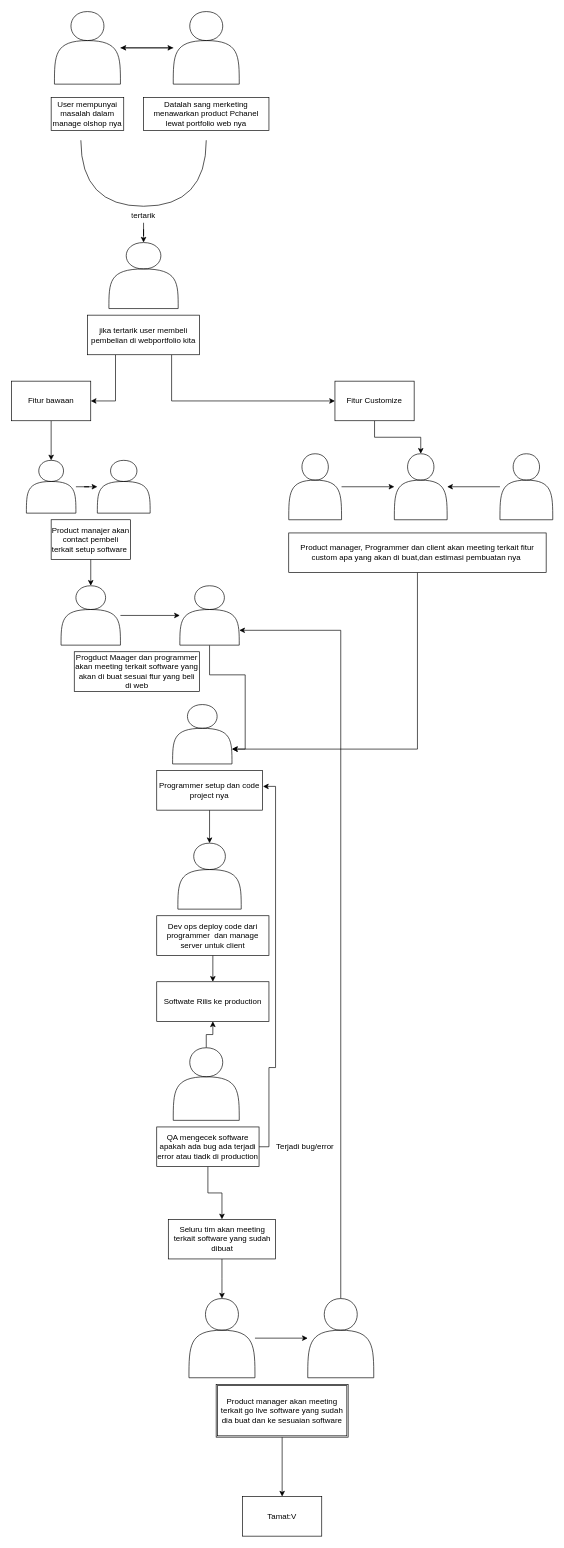
The draw.io diagram Untitled Diagram.drawio in PramAhmad/front-end-lks, before the edit. Source tidied: cells renumbered, new cells numbered last; positions are measured from the earlier drawing's top-left corner, leaving out a move shared by most shapes. Both pictures are drawn from the tidied source at 66%, with x=0, y=0 at pixel (11, 11).
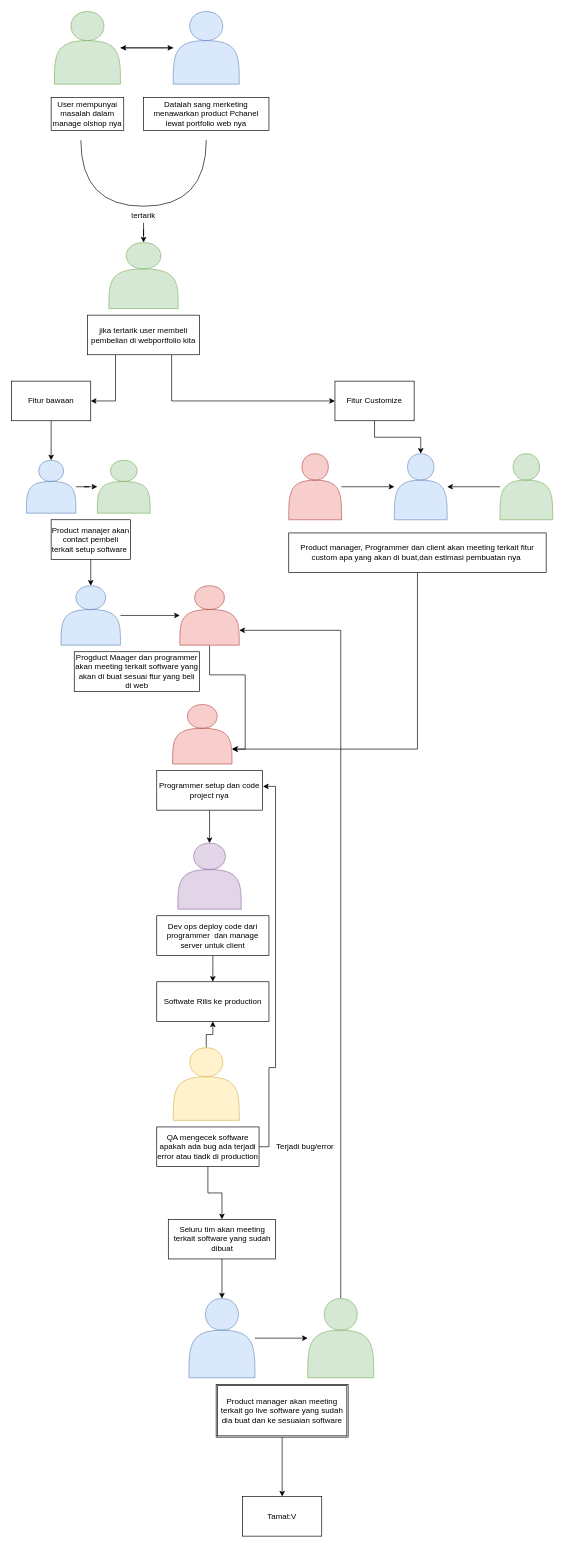
The same page after the edit.

Diff of the diagram source:
```diff
@@
-    <mxCell id="3" style="shape=actor;whiteSpace=wrap;html=1;" parent="1" vertex="1">
+    <mxCell id="3" style="shape=actor;whiteSpace=wrap;html=1;fillColor=#d5e8d4;strokeColor=#82b366;" parent="1" vertex="1">
       <mxGeometry x="65" width="100" height="110" as="geometry" />
     </mxCell>
@@
-    <mxCell id="6" style="shape=actor;whiteSpace=wrap;html=1;" parent="1" vertex="1">
+    <mxCell id="6" style="shape=actor;whiteSpace=wrap;html=1;fillColor=#dae8fc;strokeColor=#6c8ebf;" parent="1" vertex="1">
       <mxGeometry x="245" width="100" height="110" as="geometry" />
     </mxCell>
@@
-    <mxCell id="11" style="shape=actor;whiteSpace=wrap;html=1;" parent="1" vertex="1">
+    <mxCell id="11" style="shape=actor;whiteSpace=wrap;html=1;fillColor=#d5e8d4;strokeColor=#82b366;" parent="1" vertex="1">
       <mxGeometry x="147.5" y="350" width="105" height="100" as="geometry" />
     </mxCell>
@@
-    <mxCell id="20" style="shape=actor;whiteSpace=wrap;html=1;" parent="1" vertex="1">
+    <mxCell id="20" style="shape=actor;whiteSpace=wrap;html=1;fillColor=#dae8fc;strokeColor=#6c8ebf;" parent="1" vertex="1">
       <mxGeometry x="22.5" y="680" width="75" height="80" as="geometry" />
     </mxCell>
@@
-    <mxCell id="23" style="shape=actor;whiteSpace=wrap;html=1;" parent="1" vertex="1">
+    <mxCell id="23" style="shape=actor;whiteSpace=wrap;html=1;fillColor=#d5e8d4;strokeColor=#82b366;" parent="1" vertex="1">
       <mxGeometry x="130" y="680" width="80" height="80" as="geometry" />
     </mxCell>
@@
-    <mxCell id="25" style="shape=actor;whiteSpace=wrap;html=1;" parent="1" vertex="1">
+    <mxCell id="25" style="shape=actor;whiteSpace=wrap;html=1;fillColor=#dae8fc;strokeColor=#6c8ebf;" parent="1" vertex="1">
       <mxGeometry x="75" y="870" width="90" height="90" as="geometry" />
     </mxCell>
@@
-    <mxCell id="28" style="shape=actor;whiteSpace=wrap;html=1;" parent="1" vertex="1">
+    <mxCell id="28" style="shape=actor;whiteSpace=wrap;html=1;fillColor=#f8cecc;strokeColor=#b85450;" parent="1" vertex="1">
       <mxGeometry x="255" y="870" width="90" height="90" as="geometry" />
     </mxCell>
@@
-    <mxCell id="30" style="shape=actor;whiteSpace=wrap;html=1;" parent="1" vertex="1">
+    <mxCell id="30" style="shape=actor;whiteSpace=wrap;html=1;fillColor=#f8cecc;strokeColor=#b85450;" parent="1" vertex="1">
       <mxGeometry x="244" y="1050" width="90" height="90" as="geometry" />
     </mxCell>
@@
-    <mxCell id="33" style="shape=actor;whiteSpace=wrap;html=1;" parent="1" vertex="1">
+    <mxCell id="33" style="shape=actor;whiteSpace=wrap;html=1;fillColor=#e1d5e7;strokeColor=#9673a6;" parent="1" vertex="1">
       <mxGeometry x="252" y="1260" width="96" height="100" as="geometry" />
     </mxCell>
@@
-    <mxCell id="38" style="shape=actor;whiteSpace=wrap;html=1;" parent="1" vertex="1">
+    <mxCell id="38" style="shape=actor;whiteSpace=wrap;html=1;fillColor=#fff2cc;strokeColor=#d6b656;" parent="1" vertex="1">
       <mxGeometry x="245" y="1570" width="100" height="110" as="geometry" />
     </mxCell>
@@
-    <mxCell id="46" style="shape=actor;whiteSpace=wrap;html=1;" parent="1" vertex="1">
+    <mxCell id="46" style="shape=actor;whiteSpace=wrap;html=1;fillColor=#dae8fc;strokeColor=#6c8ebf;" parent="1" vertex="1">
       <mxGeometry x="268.8" y="1950" width="100" height="120" as="geometry" />
     </mxCell>
@@
-    <mxCell id="48" style="shape=actor;whiteSpace=wrap;html=1;" parent="1" vertex="1">
+    <mxCell id="48" style="shape=actor;whiteSpace=wrap;html=1;fillColor=#d5e8d4;strokeColor=#82b366;" parent="1" vertex="1">
       <mxGeometry x="448.8" y="1950" width="100" height="120" as="geometry" />
     </mxCell>
@@
-    <mxCell id="53" style="shape=actor;whiteSpace=wrap;html=1;" parent="1" vertex="1">
+    <mxCell id="53" style="shape=actor;whiteSpace=wrap;html=1;fillColor=#f8cecc;strokeColor=#b85450;" parent="1" vertex="1">
       <mxGeometry x="420" y="670" width="80" height="100" as="geometry" />
     </mxCell>
-    <mxCell id="54" style="shape=actor;whiteSpace=wrap;html=1;" parent="1" vertex="1">
+    <mxCell id="54" style="shape=actor;whiteSpace=wrap;html=1;fillColor=#dae8fc;strokeColor=#6c8ebf;" parent="1" vertex="1">
       <mxGeometry x="580" y="670" width="80" height="100" as="geometry" />
     </mxCell>
@@
-    <mxCell id="56" style="shape=actor;whiteSpace=wrap;html=1;" parent="1" vertex="1">
+    <mxCell id="56" style="shape=actor;whiteSpace=wrap;html=1;fillColor=#d5e8d4;strokeColor=#82b366;" parent="1" vertex="1">
       <mxGeometry x="740" y="670" width="80" height="100" as="geometry" />
     </mxCell>
```
